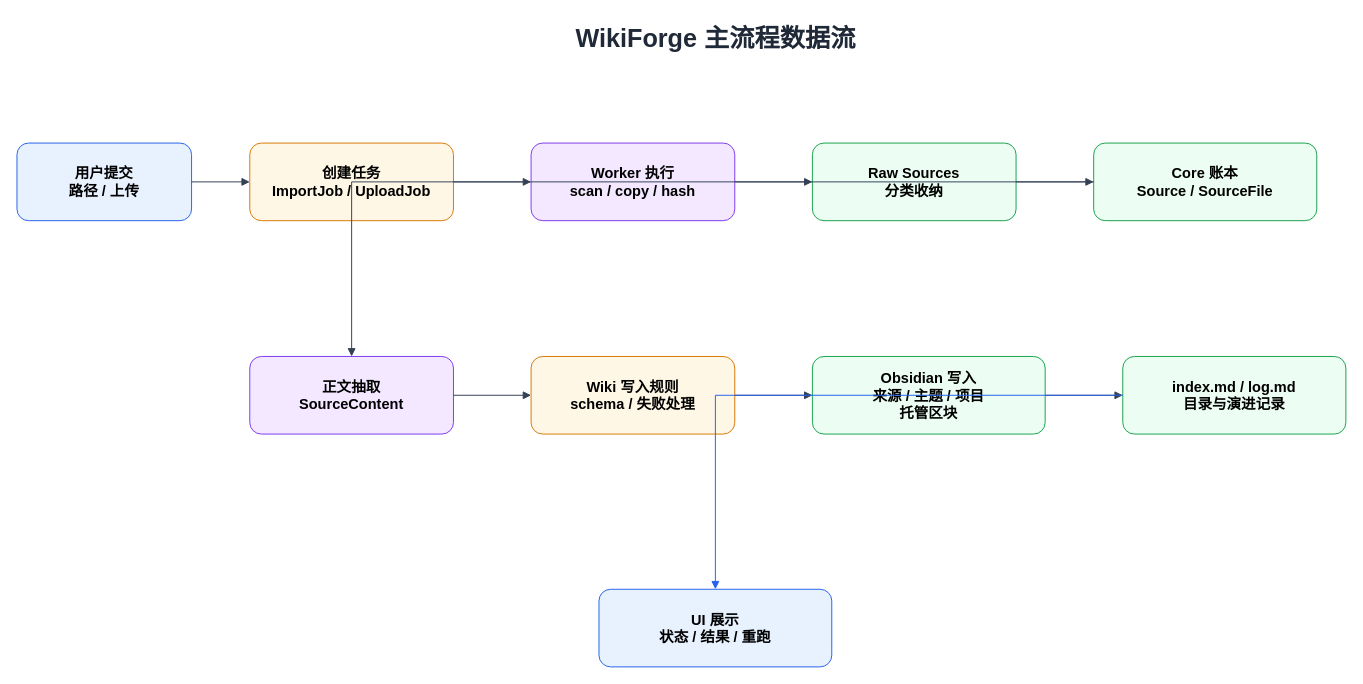
This is page "数据流图" (3 of 4) of docs/rebuild/2026-05-24-mvp0-baseline/diagrams/2026-05-24-WikiForge-four-layer-architecture.drawio from BonusWang/WikiForge, a draw.io file, before an edit. Source tidied: cells renumbered, new cells numbered last; positions are measured from the earlier drawing's top-left corner, leaving out a move shared by most shapes. Both pictures are drawn from the tidied source at 97%, with x=0, y=0 at pixel (16, 16).
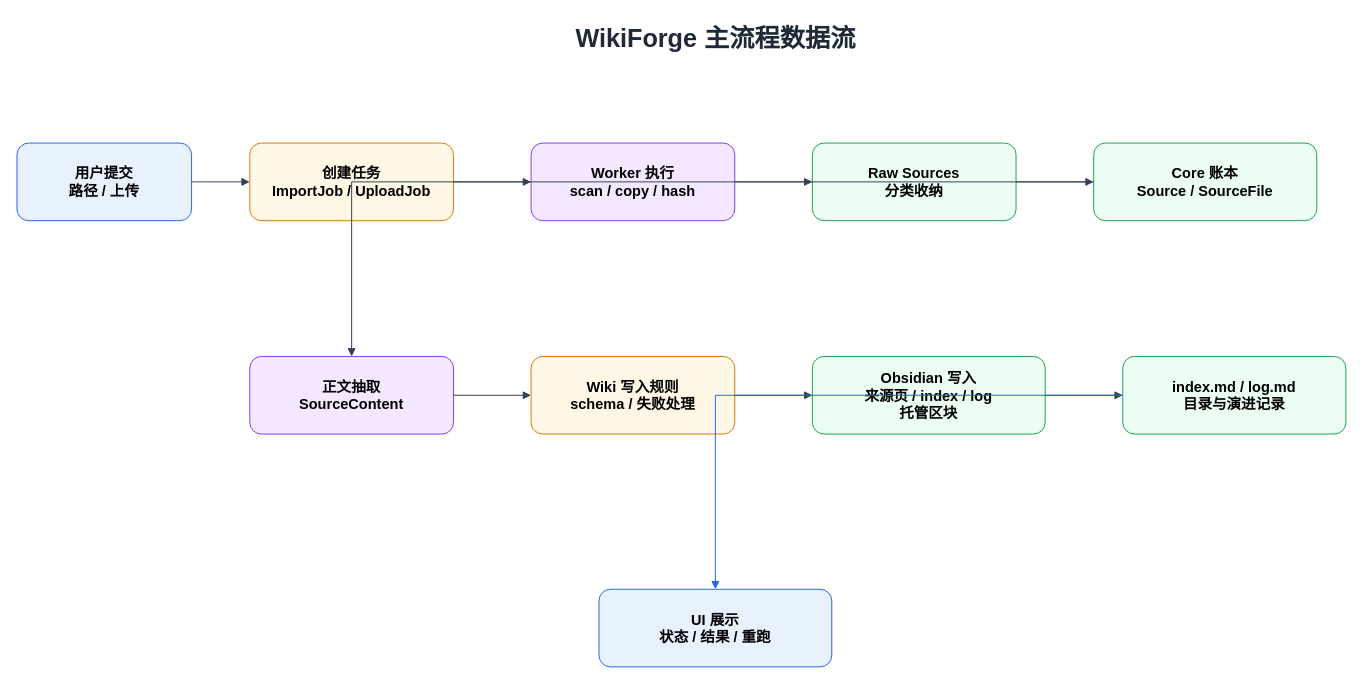
After the change.

Change to the diagram source:
```diff
@@
-    <mxCell id="10" value="Obsidian 写入&#10;来源 / 主题 / 项目&#10;托管区块" style="rounded=1;whiteSpace=wrap;html=1;fillColor=#ECFDF3;strokeColor=#16A34A;fontSize=15;fontStyle=1;" parent="1" vertex="1">
+    <mxCell id="10" value="Obsidian 写入&#10;来源页 / index / log&#10;托管区块" style="rounded=1;whiteSpace=wrap;html=1;fillColor=#ECFDF3;strokeColor=#16A34A;fontSize=15;fontStyle=1;" parent="1" vertex="1">
       <mxGeometry x="820" y="350" width="240" height="80" as="geometry" />
     </mxCell>
```
